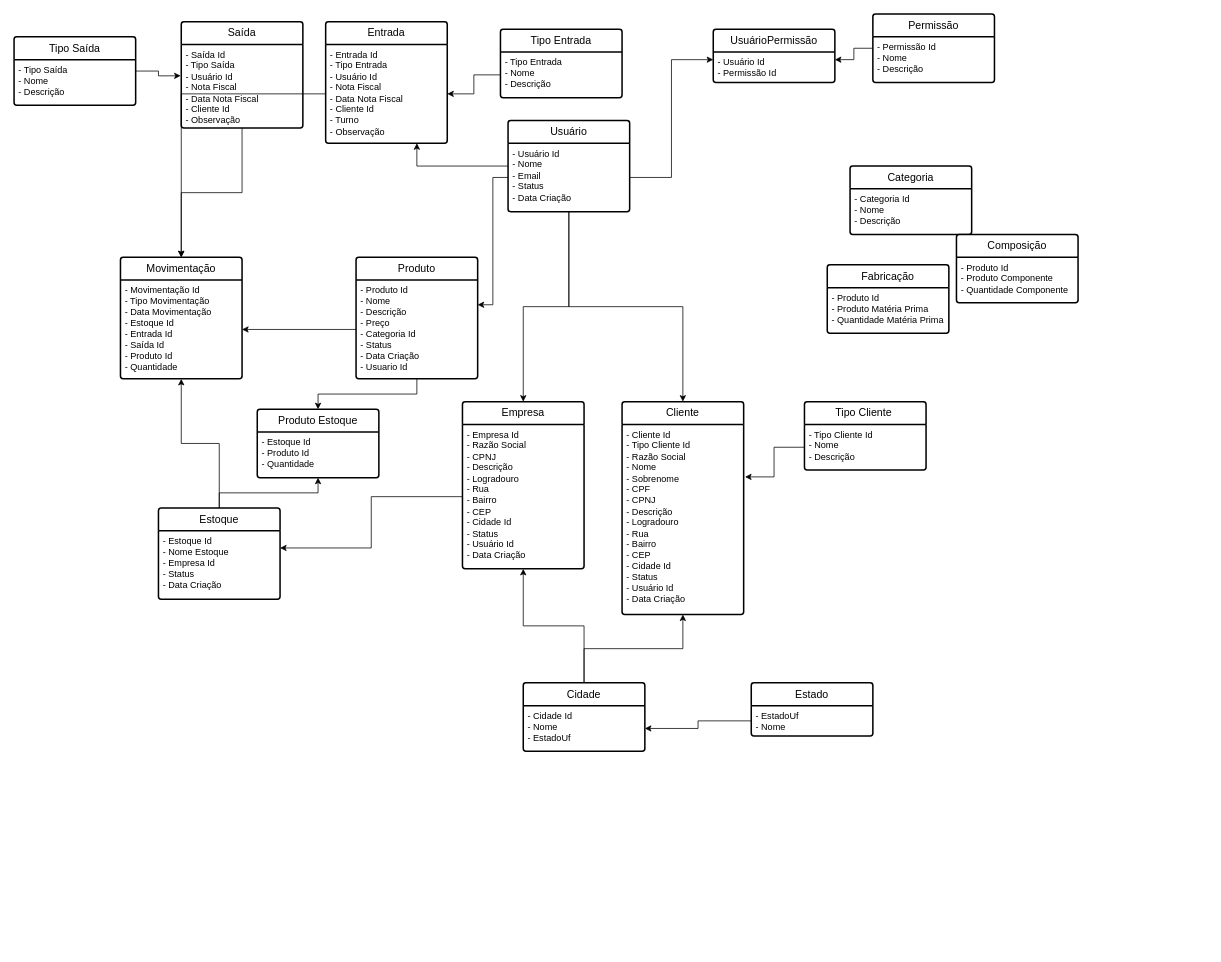
This is Documentação/Diagramas/Diagrama sem nome.drawio from Estoque-Facil/EstoqueFacil, a draw.io file, before an edit. Source tidied: cells renumbered, new cells numbered last; positions are measured from the earlier drawing's top-left corner, leaving out a move shared by most shapes. Both pictures are drawn from the tidied source at 76%, with x=0, y=0 at pixel (14, 14).
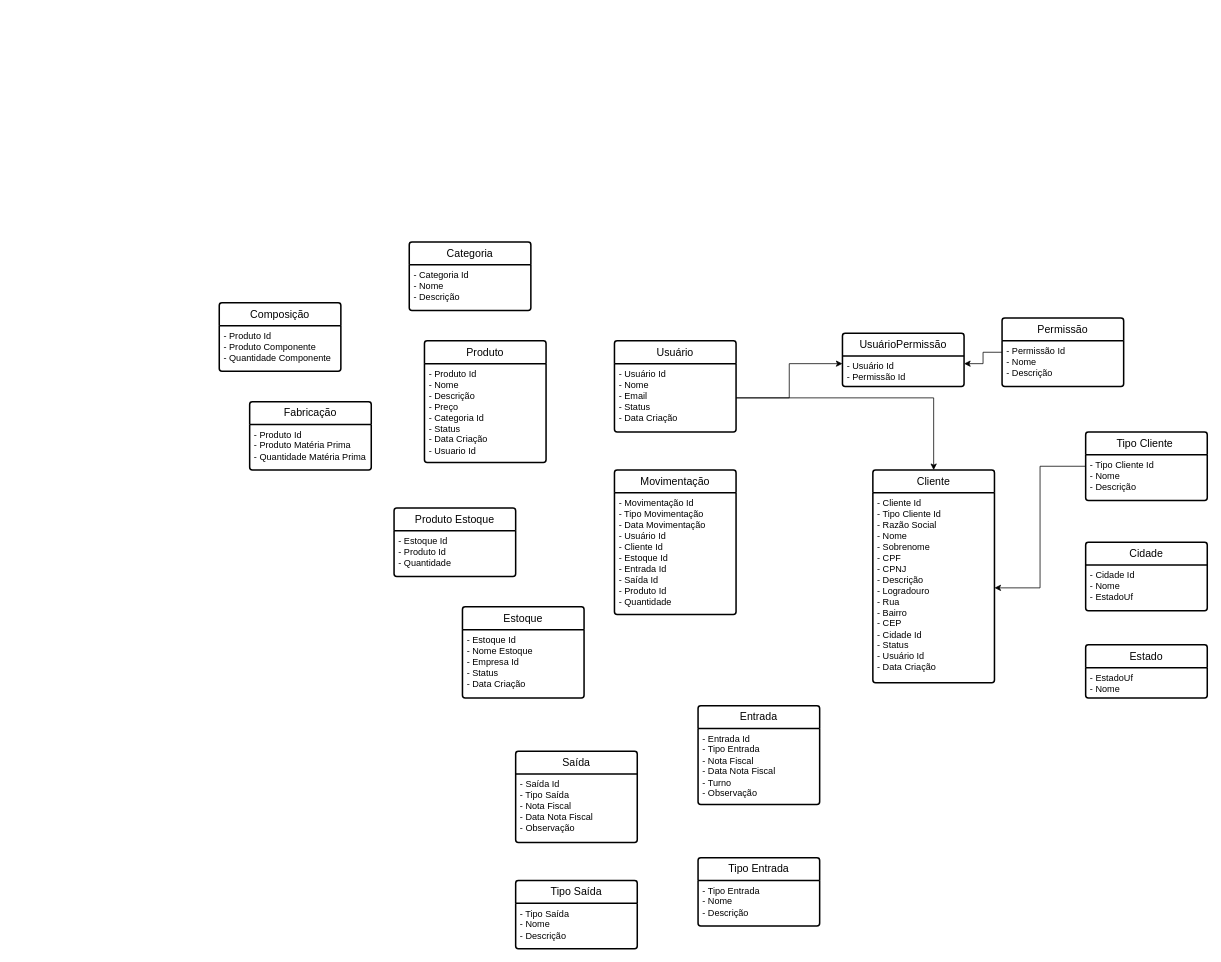
The same diagram, later.

The change refers to these unchanged cells:
```xml
<mxCell id="4" value="- Usuário Id&lt;div&gt;- Nome&lt;/div&gt;&lt;div&gt;- Email&lt;/div&gt;&lt;div&gt;- Status&lt;/div&gt;&lt;div&gt;- Data Criação&lt;/div&gt;" style="align=left;strokeColor=none;fillColor=none;spacingLeft=4;fontSize=12;verticalAlign=top;html=1;" parent="3" vertex="1">
  <mxGeometry y="30" width="160" height="90" as="geometry" />
</mxCell>
<mxCell id="12" value="- Cliente Id&lt;div&gt;- Tipo Cliente Id&lt;div&gt;- Razão Social&lt;/div&gt;&lt;div&gt;- Nome&lt;/div&gt;&lt;div&gt;- Sobrenome&lt;/div&gt;&lt;div&gt;- CPF&lt;/div&gt;&lt;div&gt;- CPNJ&lt;/div&gt;&lt;div&gt;- Descrição&lt;/div&gt;&lt;div&gt;- Logradouro&lt;/div&gt;&lt;div&gt;- Rua&lt;/div&gt;&lt;div&gt;- Bairro&lt;/div&gt;&lt;div&gt;- CEP&lt;/div&gt;&lt;div&gt;- Cidade Id&lt;/div&gt;&lt;div&gt;- Status&lt;/div&gt;&lt;div&gt;- Usuário Id&lt;/div&gt;&lt;div&gt;&lt;span style=&quot;background-color: initial;&quot;&gt;- Data Criação&lt;/span&gt;&amp;nbsp;&lt;/div&gt;&lt;div&gt;&lt;br&gt;&lt;/div&gt;&lt;/div&gt;" style="align=left;strokeColor=none;fillColor=none;spacingLeft=4;fontSize=12;verticalAlign=top;html=1;" parent="11" vertex="1">
  <mxGeometry y="30" width="160" height="250" as="geometry" />
</mxCell>
<mxCell id="14" value="- Tipo Cliente Id&lt;div&gt;- Nome&lt;/div&gt;&lt;div&gt;- Descrição&lt;/div&gt;" style="align=left;strokeColor=none;fillColor=none;spacingLeft=4;fontSize=12;verticalAlign=top;html=1;" parent="13" vertex="1">
  <mxGeometry y="30" width="160" height="60" as="geometry" />
</mxCell>
<mxCell id="18" value="- Cidade Id&lt;div&gt;- Nome&lt;/div&gt;&lt;div&gt;- EstadoUf&lt;/div&gt;" style="align=left;strokeColor=none;fillColor=none;spacingLeft=4;fontSize=12;verticalAlign=top;html=1;" parent="17" vertex="1">
  <mxGeometry y="30" width="160" height="60" as="geometry" />
</mxCell>
<mxCell id="20" value="- EstadoUf&lt;div&gt;- Nome&lt;/div&gt;" style="align=left;strokeColor=none;fillColor=none;spacingLeft=4;fontSize=12;verticalAlign=top;html=1;" parent="19" vertex="1">
  <mxGeometry y="30" width="160" height="40" as="geometry" />
</mxCell>
<mxCell id="23" value="- Produto Id&lt;div&gt;- Nome&lt;/div&gt;&lt;div&gt;- Descrição&lt;/div&gt;&lt;div&gt;- Preço&lt;/div&gt;&lt;div&gt;- Categoria Id&lt;/div&gt;&lt;div&gt;- Status&lt;/div&gt;&lt;div&gt;- Data Criação&lt;/div&gt;&lt;div&gt;- Usuario Id&lt;/div&gt;" style="align=left;strokeColor=none;fillColor=none;spacingLeft=4;fontSize=12;verticalAlign=top;html=1;" parent="22" vertex="1">
  <mxGeometry y="30" width="160" height="130" as="geometry" />
</mxCell>
<mxCell id="35" value="- Tipo Entrada&lt;div&gt;- Nome&lt;/div&gt;&lt;div&gt;- Descrição&lt;/div&gt;" style="align=left;strokeColor=none;fillColor=none;spacingLeft=4;fontSize=12;verticalAlign=top;html=1;" parent="34" vertex="1">
  <mxGeometry y="30" width="160" height="60" as="geometry" />
</mxCell>
<mxCell id="50" value="- Estoque Id&lt;div&gt;- Nome Estoque&lt;/div&gt;&lt;div&gt;- Empresa Id&lt;/div&gt;&lt;div&gt;- Status&lt;/div&gt;&lt;div&gt;- Data Criação&lt;/div&gt;" style="align=left;strokeColor=none;fillColor=none;spacingLeft=4;fontSize=12;verticalAlign=top;html=1;" parent="49" vertex="1">
  <mxGeometry y="30" width="160" height="90" as="geometry" />
</mxCell>
```

The edit, as a diff of the source:
```diff
@@
-    <mxCell id="2" style="edgeStyle=orthogonalEdgeStyle;rounded=0;jettySize=auto;html=1;entryX=0.75;entryY=1;entryDx=0;entryDy=0;" parent="1" edge="1" source="3" target="31">
-      <mxGeometry relative="1" as="geometry" />
-    </mxCell>
     <mxCell id="3" value="Usuário" style="swimlane;horizontal=1;startSize=30;rounded=1;fontSize=14;fontStyle=0;strokeWidth=2;shadow=0;dashed=0;align=center;arcSize=4;whiteSpace=wrap;html=1;" parent="1" vertex="1">
-      <mxGeometry x="650" y="140" width="160" height="120" as="geometry" />
+      <mxGeometry x="790" y="430" width="160" height="120" as="geometry" />
     </mxCell>
@@
     <mxCell id="6" value="Permissão" style="swimlane;horizontal=1;startSize=30;rounded=1;fontSize=14;fontStyle=0;strokeWidth=2;shadow=0;dashed=0;align=center;arcSize=4;whiteSpace=wrap;html=1;" parent="1" vertex="1">
-      <mxGeometry x="1130" width="160" height="90" as="geometry" />
+      <mxGeometry x="1300" y="400" width="160" height="90" as="geometry" />
     </mxCell>
@@
     <mxCell id="8" value="UsuárioPermissão" style="swimlane;horizontal=1;startSize=30;rounded=1;fontSize=14;fontStyle=0;strokeWidth=2;shadow=0;dashed=0;align=center;arcSize=4;whiteSpace=wrap;html=1;" parent="1" vertex="1">
-      <mxGeometry x="920" y="20" width="160" height="70" as="geometry" />
+      <mxGeometry x="1090" y="420" width="160" height="70" as="geometry" />
     </mxCell>
@@
     <mxCell id="11" value="Cliente" style="swimlane;horizontal=1;startSize=30;rounded=1;fontSize=14;fontStyle=0;strokeWidth=2;shadow=0;dashed=0;align=center;arcSize=4;whiteSpace=wrap;html=1;" parent="1" vertex="1">
-      <mxGeometry x="800" y="510" width="160" height="280" as="geometry" />
+      <mxGeometry x="1130" y="600" width="160" height="280" as="geometry" />
     </mxCell>
@@
+    <mxCell id="59" style="edgeStyle=orthogonalEdgeStyle;rounded=0;jettySize=auto;html=1;entryX=1;entryY=0.5;entryDx=0;entryDy=0;" parent="1" edge="1" source="13" target="12">
+      <mxGeometry relative="1" as="geometry" />
+    </mxCell>
     <mxCell id="13" value="Tipo Cliente&amp;nbsp;" style="swimlane;horizontal=1;startSize=30;rounded=1;fontSize=14;fontStyle=0;strokeWidth=2;shadow=0;dashed=0;align=center;arcSize=4;whiteSpace=wrap;html=1;" parent="1" vertex="1">
-      <mxGeometry x="1040" y="510" width="160" height="90" as="geometry" />
+      <mxGeometry x="1410" y="550" width="160" height="90" as="geometry" />
     </mxCell>
@@
-    <mxCell id="15" style="edgeStyle=orthogonalEdgeStyle;rounded=0;jettySize=auto;html=1;entryX=0.5;entryY=1;entryDx=0;entryDy=0;" parent="1" edge="1" source="17" target="52">
-      <mxGeometry relative="1" as="geometry" />
-    </mxCell>
-    <mxCell id="16" style="edgeStyle=orthogonalEdgeStyle;rounded=0;jettySize=auto;html=1;entryX=0.5;entryY=1;entryDx=0;entryDy=0;" parent="1" edge="1" source="17" target="12">
-      <mxGeometry relative="1" as="geometry" />
-    </mxCell>
     <mxCell id="17" value="Cidade" style="swimlane;horizontal=1;startSize=30;rounded=1;fontSize=14;fontStyle=0;strokeWidth=2;shadow=0;dashed=0;align=center;arcSize=4;whiteSpace=wrap;html=1;" parent="1" vertex="1">
-      <mxGeometry x="670" y="880" width="160" height="90" as="geometry" />
+      <mxGeometry x="1410" y="695" width="160" height="90" as="geometry" />
     </mxCell>
@@
     <mxCell id="19" value="Estado" style="swimlane;horizontal=1;startSize=30;rounded=1;fontSize=14;fontStyle=0;strokeWidth=2;shadow=0;dashed=0;align=center;arcSize=4;whiteSpace=wrap;html=1;" parent="1" vertex="1">
-      <mxGeometry x="970" y="880" width="160" height="70" as="geometry" />
+      <mxGeometry x="1410" y="830" width="160" height="70" as="geometry" />
     </mxCell>
@@
-    <mxCell id="21" style="edgeStyle=orthogonalEdgeStyle;rounded=0;jettySize=auto;html=1;" parent="1" edge="1" source="22" target="57">
-      <mxGeometry relative="1" as="geometry" />
-    </mxCell>
     <mxCell id="22" value="Produto" style="swimlane;horizontal=1;startSize=30;rounded=1;fontSize=14;fontStyle=0;strokeWidth=2;shadow=0;dashed=0;align=center;arcSize=4;whiteSpace=wrap;html=1;" parent="1" vertex="1">
-      <mxGeometry x="450" y="320" width="160" height="160" as="geometry" />
+      <mxGeometry x="540" y="430" width="160" height="160" as="geometry" />
     </mxCell>
@@
     <mxCell id="24" value="Categoria" style="swimlane;horizontal=1;startSize=30;rounded=1;fontSize=14;fontStyle=0;strokeWidth=2;shadow=0;dashed=0;align=center;arcSize=4;whiteSpace=wrap;html=1;" parent="1" vertex="1">
-      <mxGeometry x="1100" y="200" width="160" height="90" as="geometry" />
+      <mxGeometry x="520" y="300" width="160" height="90" as="geometry" />
     </mxCell>
@@
     <mxCell id="26" value="Fabricação" style="swimlane;horizontal=1;startSize=30;rounded=1;fontSize=14;fontStyle=0;strokeWidth=2;shadow=0;dashed=0;align=center;arcSize=4;whiteSpace=wrap;html=1;" parent="1" vertex="1">
-      <mxGeometry x="1070" y="330" width="160" height="90" as="geometry" />
+      <mxGeometry x="310" y="510" width="160" height="90" as="geometry" />
     </mxCell>
@@
     <mxCell id="28" value="Composição" style="swimlane;horizontal=1;startSize=30;rounded=1;fontSize=14;fontStyle=0;strokeWidth=2;shadow=0;dashed=0;align=center;arcSize=4;whiteSpace=wrap;html=1;" parent="1" vertex="1">
-      <mxGeometry x="1240" y="290" width="160" height="90" as="geometry" />
+      <mxGeometry x="270" y="380" width="160" height="90" as="geometry" />
     </mxCell>
@@
     <mxCell id="30" value="Entrada" style="swimlane;horizontal=1;startSize=30;rounded=1;fontSize=14;fontStyle=0;strokeWidth=2;shadow=0;dashed=0;align=center;arcSize=4;whiteSpace=wrap;html=1;" parent="1" vertex="1">
-      <mxGeometry x="410" y="10" width="160" height="160" as="geometry" />
+      <mxGeometry x="900" y="910" width="160" height="130" as="geometry" />
     </mxCell>
-    <mxCell id="31" value="- Entrada Id&lt;div&gt;- Tipo Entrada&lt;/div&gt;&lt;div&gt;- Usuário Id&lt;br&gt;&lt;/div&gt;&lt;div&gt;- Nota Fiscal&lt;/div&gt;&lt;div&gt;- Data Nota Fiscal&lt;/div&gt;&lt;div&gt;- Cliente Id&lt;/div&gt;&lt;div&gt;- Turno&lt;/div&gt;&lt;div&gt;- Observação&lt;/div&gt;" style="align=left;strokeColor=none;fillColor=none;spacingLeft=4;fontSize=12;verticalAlign=top;html=1;" parent="30" vertex="1">
-      <mxGeometry y="30" width="160" height="130" as="geometry" />
+    <mxCell id="31" value="- Entrada Id&lt;div&gt;- Tipo Entrada&lt;/div&gt;&lt;div&gt;- Nota Fiscal&lt;/div&gt;&lt;div&gt;- Data Nota Fiscal&lt;/div&gt;&lt;div&gt;- Turno&lt;/div&gt;&lt;div&gt;- Observação&lt;/div&gt;" style="align=left;strokeColor=none;fillColor=none;spacingLeft=4;fontSize=12;verticalAlign=top;html=1;" parent="30" vertex="1">
+      <mxGeometry y="30" width="160" height="100" as="geometry" />
     </mxCell>
     <mxCell id="32" value="Saída" style="swimlane;horizontal=1;startSize=30;rounded=1;fontSize=14;fontStyle=0;strokeWidth=2;shadow=0;dashed=0;align=center;arcSize=4;whiteSpace=wrap;html=1;" parent="1" vertex="1">
-      <mxGeometry x="220" y="10" width="160" height="140" as="geometry" />
+      <mxGeometry x="660" y="970" width="160" height="120" as="geometry" />
     </mxCell>
-    <mxCell id="33" value="- Saída Id&lt;div&gt;- Tipo Saída&lt;/div&gt;&lt;div&gt;- Usuário Id&lt;br&gt;&lt;/div&gt;&lt;div&gt;- Nota Fiscal&lt;/div&gt;&lt;div&gt;- Data Nota Fiscal&lt;/div&gt;&lt;div&gt;- Cliente Id&lt;/div&gt;&lt;div&gt;- Observação&lt;/div&gt;" style="align=left;strokeColor=none;fillColor=none;spacingLeft=4;fontSize=12;verticalAlign=top;html=1;" parent="32" vertex="1">
-      <mxGeometry y="30" width="160" height="110" as="geometry" />
+    <mxCell id="33" value="- Saída Id&lt;div&gt;- Tipo Saída&lt;/div&gt;&lt;div&gt;- Nota Fiscal&lt;/div&gt;&lt;div&gt;- Data Nota Fiscal&lt;/div&gt;&lt;div&gt;- Observação&lt;/div&gt;" style="align=left;strokeColor=none;fillColor=none;spacingLeft=4;fontSize=12;verticalAlign=top;html=1;" parent="32" vertex="1">
+      <mxGeometry y="30" width="160" height="90" as="geometry" />
     </mxCell>
     <mxCell id="34" value="Tipo Entrada" style="swimlane;horizontal=1;startSize=30;rounded=1;fontSize=14;fontStyle=0;strokeWidth=2;shadow=0;dashed=0;align=center;arcSize=4;whiteSpace=wrap;html=1;" parent="1" vertex="1">
-      <mxGeometry x="640" y="20" width="160" height="90" as="geometry" />
+      <mxGeometry x="900" y="1110" width="160" height="90" as="geometry" />
     </mxCell>
@@
     <mxCell id="36" value="Tipo Saída" style="swimlane;horizontal=1;startSize=30;rounded=1;fontSize=14;fontStyle=0;strokeWidth=2;shadow=0;dashed=0;align=center;arcSize=4;whiteSpace=wrap;html=1;" parent="1" vertex="1">
-      <mxGeometry y="30" width="160" height="90" as="geometry" />
+      <mxGeometry x="660" y="1140" width="160" height="90" as="geometry" />
     </mxCell>
@@
     <mxCell id="38" value="Movimentação" style="swimlane;horizontal=1;startSize=30;rounded=1;fontSize=14;fontStyle=0;strokeWidth=2;shadow=0;dashed=0;align=center;arcSize=4;whiteSpace=wrap;html=1;" parent="1" vertex="1">
-      <mxGeometry x="140" y="320" width="160" height="160" as="geometry" />
+      <mxGeometry x="790" y="600" width="160" height="190" as="geometry" />
     </mxCell>
-    <mxCell id="39" value="- Movimentação Id&lt;div&gt;- Tipo Movimentação&lt;/div&gt;&lt;div&gt;- Data Movimentação&lt;/div&gt;&lt;div&gt;- Estoque Id&lt;/div&gt;&lt;div&gt;- Entrada Id&lt;/div&gt;&lt;div&gt;- Saída Id&lt;/div&gt;&lt;div&gt;- Produto Id&lt;/div&gt;&lt;div&gt;- Quantidade&lt;/div&gt;" style="align=left;strokeColor=none;fillColor=none;spacingLeft=4;fontSize=12;verticalAlign=top;html=1;" parent="38" vertex="1">
-      <mxGeometry y="30" width="160" height="130" as="geometry" />
+    <mxCell id="39" value="- Movimentação Id&lt;div&gt;- Tipo Movimentação&lt;/div&gt;&lt;div&gt;- Data Movimentação&lt;/div&gt;&lt;div&gt;- Usuário Id&lt;/div&gt;&lt;div&gt;- Cliente Id&lt;/div&gt;&lt;div&gt;- Estoque Id&lt;/div&gt;&lt;div&gt;- Entrada Id&lt;/div&gt;&lt;div&gt;- Saída Id&lt;/div&gt;&lt;div&gt;- Produto Id&lt;/div&gt;&lt;div&gt;- Quantidade&lt;/div&gt;" style="align=left;strokeColor=none;fillColor=none;spacingLeft=4;fontSize=12;verticalAlign=top;html=1;" parent="38" vertex="1">
+      <mxGeometry y="30" width="160" height="160" as="geometry" />
     </mxCell>
-    <mxCell id="40" style="edgeStyle=orthogonalEdgeStyle;rounded=0;jettySize=auto;html=1;entryX=1;entryY=0.5;entryDx=0;entryDy=0;" parent="1" edge="1" source="20" target="18">
-      <mxGeometry relative="1" as="geometry" />
-    </mxCell>
-    <mxCell id="41" style="edgeStyle=orthogonalEdgeStyle;rounded=0;jettySize=auto;html=1;entryX=1.011;entryY=0.276;entryDx=0;entryDy=0;entryPerimeter=0;" parent="1" edge="1" source="14" target="12">
-      <mxGeometry relative="1" as="geometry" />
-    </mxCell>
-    <mxCell id="42" style="edgeStyle=orthogonalEdgeStyle;rounded=0;jettySize=auto;html=1;entryX=1;entryY=0.5;entryDx=0;entryDy=0;" parent="1" edge="1" source="35" target="31">
-      <mxGeometry relative="1" as="geometry" />
-    </mxCell>
-    <mxCell id="43" style="edgeStyle=orthogonalEdgeStyle;rounded=0;jettySize=auto;html=1;entryX=-0.005;entryY=0.375;entryDx=0;entryDy=0;entryPerimeter=0;" parent="1" edge="1" source="36" target="33">
-      <mxGeometry relative="1" as="geometry" />
-    </mxCell>
-    <mxCell id="44" style="edgeStyle=orthogonalEdgeStyle;rounded=0;jettySize=auto;html=1;entryX=0.5;entryY=0;entryDx=0;entryDy=0;" parent="1" edge="1" source="33" target="38">
-      <mxGeometry relative="1" as="geometry" />
-    </mxCell>
-    <mxCell id="45" style="edgeStyle=orthogonalEdgeStyle;rounded=0;jettySize=auto;html=1;entryX=0.5;entryY=0;entryDx=0;entryDy=0;" parent="1" edge="1" source="31" target="38">
-      <mxGeometry relative="1" as="geometry" />
-    </mxCell>
-    <mxCell id="46" style="edgeStyle=orthogonalEdgeStyle;rounded=0;jettySize=auto;html=1;entryX=1;entryY=0.5;entryDx=0;entryDy=0;" parent="1" edge="1" source="23" target="39">
-      <mxGeometry relative="1" as="geometry" />
-    </mxCell>
-    <mxCell id="47" style="edgeStyle=orthogonalEdgeStyle;rounded=0;jettySize=auto;html=1;entryX=0.5;entryY=1;entryDx=0;entryDy=0;" parent="1" edge="1" source="49" target="39">
-      <mxGeometry relative="1" as="geometry" />
-    </mxCell>
-    <mxCell id="48" style="edgeStyle=orthogonalEdgeStyle;rounded=0;jettySize=auto;html=1;" parent="1" edge="1" source="49" target="57">
-      <mxGeometry relative="1" as="geometry" />
-    </mxCell>
     <mxCell id="49" value="Estoque" style="swimlane;horizontal=1;startSize=30;rounded=1;fontSize=14;fontStyle=0;strokeWidth=2;shadow=0;dashed=0;align=center;arcSize=4;whiteSpace=wrap;html=1;" parent="1" vertex="1">
-      <mxGeometry x="190" y="650" width="160" height="120" as="geometry" />
+      <mxGeometry x="590" y="780" width="160" height="120" as="geometry" />
     </mxCell>
@@
-    <mxCell id="51" value="Empresa" style="swimlane;horizontal=1;startSize=30;rounded=1;fontSize=14;fontStyle=0;strokeWidth=2;shadow=0;dashed=0;align=center;arcSize=4;whiteSpace=wrap;html=1;" parent="1" vertex="1">
-      <mxGeometry x="590" y="510" width="160" height="220" as="geometry" />
-    </mxCell>
-    <mxCell id="52" value="- Empresa Id&lt;div&gt;- Razão Social&lt;/div&gt;&lt;div&gt;- CPNJ&lt;/div&gt;&lt;div&gt;- Descrição&lt;/div&gt;&lt;div&gt;- Logradouro&lt;/div&gt;&lt;div&gt;- Rua&lt;/div&gt;&lt;div&gt;- Bairro&lt;/div&gt;&lt;div&gt;- CEP&lt;/div&gt;&lt;div&gt;- Cidade Id&lt;/div&gt;&lt;div&gt;- Status&lt;/div&gt;&lt;div&gt;- Usuário Id&lt;/div&gt;&lt;div&gt;&lt;span style=&quot;background-color: initial;&quot;&gt;- Data Criação&lt;/span&gt;&amp;nbsp;&lt;/div&gt;" style="align=left;strokeColor=none;fillColor=none;spacingLeft=4;fontSize=12;verticalAlign=top;html=1;" parent="51" vertex="1">
-      <mxGeometry y="30" width="160" height="190" as="geometry" />
-    </mxCell>
-    <mxCell id="53" style="edgeStyle=orthogonalEdgeStyle;rounded=0;jettySize=auto;html=1;entryX=1;entryY=0.25;entryDx=0;entryDy=0;" parent="1" edge="1" source="52" target="50">
-      <mxGeometry relative="1" as="geometry" />
-    </mxCell>
-    <mxCell id="54" style="edgeStyle=orthogonalEdgeStyle;rounded=0;jettySize=auto;html=1;entryX=0.5;entryY=0;entryDx=0;entryDy=0;" parent="1" edge="1" source="4" target="51">
-      <mxGeometry relative="1" as="geometry" />
-    </mxCell>
@@
-    <mxCell id="56" style="edgeStyle=orthogonalEdgeStyle;rounded=0;jettySize=auto;html=1;entryX=1;entryY=0.25;entryDx=0;entryDy=0;" parent="1" edge="1" source="4" target="23">
-      <mxGeometry relative="1" as="geometry" />
-    </mxCell>
     <mxCell id="57" value="Produto Estoque" style="swimlane;horizontal=1;startSize=30;rounded=1;fontSize=14;fontStyle=0;strokeWidth=2;shadow=0;dashed=0;align=center;arcSize=4;whiteSpace=wrap;html=1;" parent="1" vertex="1">
-      <mxGeometry x="320" y="520" width="160" height="90" as="geometry" />
+      <mxGeometry x="500" y="650" width="160" height="90" as="geometry" />
     </mxCell>
```
